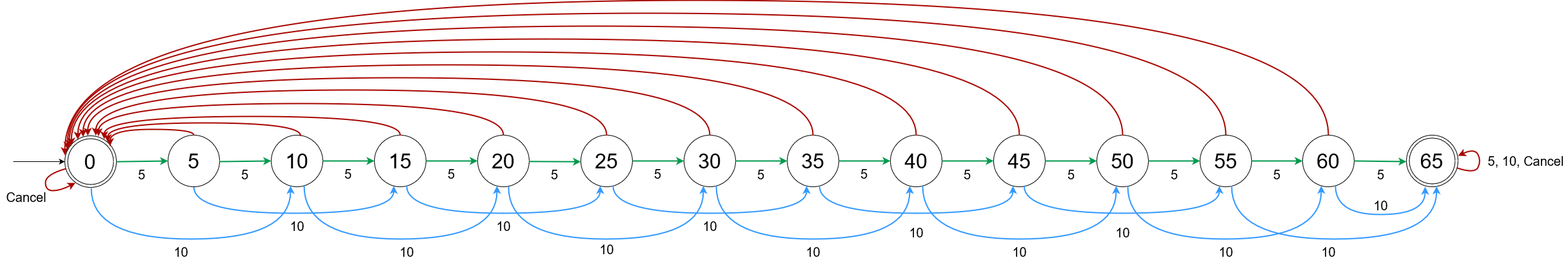
Above: pic/DFA-65.png in NatnichaTongrod/MEP-Cosmetic (draw.io), before the change. Source tidied: cells renumbered, new cells last; positions are measured from the earlier drawing's top-left corner, leaving out a move shared by most shapes.
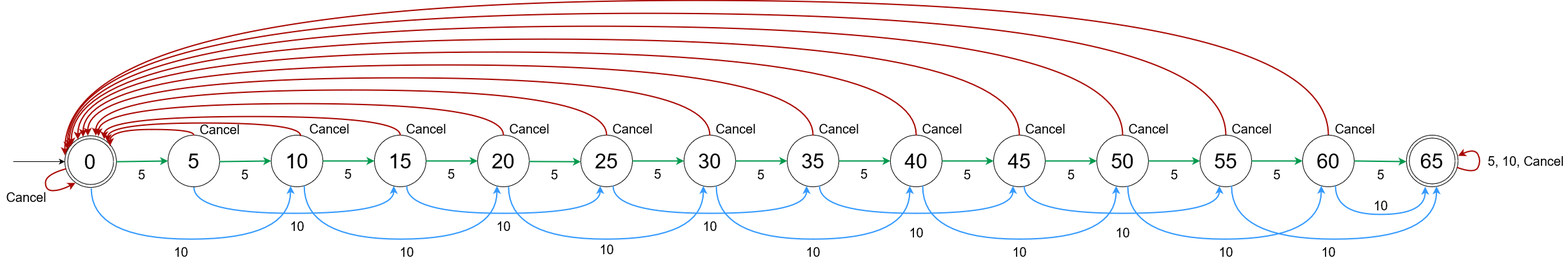
The same diagram one commit later.

What changed in the source:
```diff
@@ -435,5 +435,41 @@
         </Array>
       </mxGeometry>
     </mxCell>
+    <mxCell id="93" value="&lt;span style=&quot;font-size: 20px&quot;&gt;Cancel&lt;/span&gt;" style="text;html=1;align=center;verticalAlign=middle;" parent="1" vertex="1">
+      <mxGeometry x="300" y="190" width="80" height="20" as="geometry" />
+    </mxCell>
+    <mxCell id="94" value="&lt;span style=&quot;font-size: 20px&quot;&gt;Cancel&lt;/span&gt;" style="text;html=1;align=center;verticalAlign=middle;" parent="1" vertex="1">
+      <mxGeometry x="470" y="189" width="80" height="20" as="geometry" />
+    </mxCell>
+    <mxCell id="95" value="&lt;span style=&quot;font-size: 20px&quot;&gt;Cancel&lt;/span&gt;" style="text;html=1;align=center;verticalAlign=middle;" parent="1" vertex="1">
+      <mxGeometry x="620" y="189" width="80" height="20" as="geometry" />
+    </mxCell>
+    <mxCell id="96" value="&lt;span style=&quot;font-size: 20px&quot;&gt;Cancel&lt;/span&gt;" style="text;html=1;align=center;verticalAlign=middle;" parent="1" vertex="1">
+      <mxGeometry x="780" y="189" width="80" height="20" as="geometry" />
+    </mxCell>
+    <mxCell id="97" value="&lt;span style=&quot;font-size: 20px&quot;&gt;Cancel&lt;/span&gt;" style="text;html=1;align=center;verticalAlign=middle;" parent="1" vertex="1">
+      <mxGeometry x="940" y="189" width="80" height="20" as="geometry" />
+    </mxCell>
+    <mxCell id="98" value="&lt;span style=&quot;font-size: 20px&quot;&gt;Cancel&lt;/span&gt;" style="text;html=1;align=center;verticalAlign=middle;" parent="1" vertex="1">
+      <mxGeometry x="1100" y="189" width="80" height="20" as="geometry" />
+    </mxCell>
+    <mxCell id="99" value="&lt;span style=&quot;font-size: 20px&quot;&gt;Cancel&lt;/span&gt;" style="text;html=1;align=center;verticalAlign=middle;" parent="1" vertex="1">
+      <mxGeometry x="1260" y="189" width="80" height="20" as="geometry" />
+    </mxCell>
+    <mxCell id="100" value="&lt;span style=&quot;font-size: 20px&quot;&gt;Cancel&lt;/span&gt;" style="text;html=1;align=center;verticalAlign=middle;" parent="1" vertex="1">
+      <mxGeometry x="1420" y="189" width="80" height="20" as="geometry" />
+    </mxCell>
+    <mxCell id="101" value="&lt;span style=&quot;font-size: 20px&quot;&gt;Cancel&lt;/span&gt;" style="text;html=1;align=center;verticalAlign=middle;" parent="1" vertex="1">
+      <mxGeometry x="1580" y="189" width="80" height="20" as="geometry" />
+    </mxCell>
+    <mxCell id="102" value="&lt;span style=&quot;font-size: 20px&quot;&gt;Cancel&lt;/span&gt;" style="text;html=1;align=center;verticalAlign=middle;" parent="1" vertex="1">
+      <mxGeometry x="1740" y="189" width="80" height="20" as="geometry" />
+    </mxCell>
+    <mxCell id="103" value="&lt;span style=&quot;font-size: 20px&quot;&gt;Cancel&lt;/span&gt;" style="text;html=1;align=center;verticalAlign=middle;" parent="1" vertex="1">
+      <mxGeometry x="1900" y="189" width="80" height="20" as="geometry" />
+    </mxCell>
+    <mxCell id="104" value="&lt;span style=&quot;font-size: 20px&quot;&gt;Cancel&lt;/span&gt;" style="text;html=1;align=center;verticalAlign=middle;" parent="1" vertex="1">
+      <mxGeometry x="2060" y="189" width="80" height="20" as="geometry" />
+    </mxCell>
   </root>
 </mxGraphModel>
```
